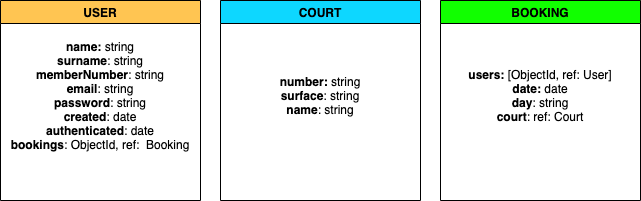
Before: staff/ferran-calvo/skylab-tenis-academy/tennis-doc/data-model.png, a diagram exported from draw.io (ferrancl/skylab-bootcamp-202001). Source tidied: cells renumbered, new cells last; positions are measured from the earlier drawing's top-left corner, leaving out a move shared by most shapes.
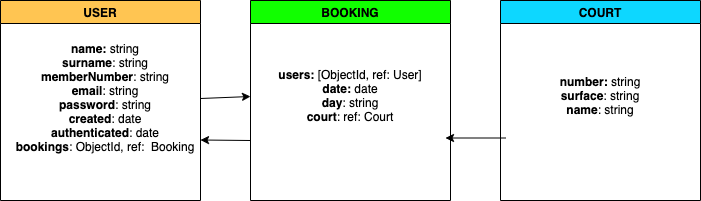
Above is the later version.

What changed in the source:
```diff
@@ -6,19 +6,33 @@
       <mxGeometry width="200" height="200" as="geometry" />
     </mxCell>
     <mxCell id="3" value="&lt;b&gt;name:&lt;/b&gt; string&lt;br&gt;&lt;b&gt;surname&lt;/b&gt;: string&lt;br&gt;&lt;b&gt;memberNumber&lt;/b&gt;: string&lt;br&gt;&lt;b&gt;email&lt;/b&gt;: string&lt;br&gt;&lt;b&gt;password&lt;/b&gt;: string&lt;br&gt;&lt;b&gt;created&lt;/b&gt;: date&lt;br&gt;&lt;b&gt;authenticated&lt;/b&gt;: date&lt;br&gt;&lt;b&gt;bookings&lt;/b&gt;: ObjectId, ref:&amp;nbsp; Booking" style="text;html=1;strokeColor=none;fillColor=none;align=center;verticalAlign=middle;whiteSpace=wrap;rounded=0;" parent="2" vertex="1">
-      <mxGeometry x="5" y="10" width="190" height="170" as="geometry" />
+      <mxGeometry x="10" y="12" width="190" height="170" as="geometry" />
     </mxCell>
     <mxCell id="4" value="COURT" style="swimlane;fillColor=#0DD7FF;" parent="1" vertex="1">
-      <mxGeometry x="220" width="200" height="200" as="geometry" />
+      <mxGeometry x="500" width="200" height="200" as="geometry" />
     </mxCell>
     <mxCell id="5" value="&lt;b&gt;number: &lt;/b&gt;string&lt;br&gt;&lt;b&gt;surface&lt;/b&gt;: string&lt;br&gt;&lt;b&gt;name&lt;/b&gt;: string" style="text;html=1;strokeColor=none;fillColor=none;align=center;verticalAlign=middle;whiteSpace=wrap;rounded=0;" parent="4" vertex="1">
       <mxGeometry x="5" y="10" width="190" height="170" as="geometry" />
     </mxCell>
     <mxCell id="6" value="BOOKING" style="swimlane;fillColor=#11FF00;" parent="1" vertex="1">
-      <mxGeometry x="440" width="200" height="200" as="geometry" />
+      <mxGeometry x="250" width="200" height="200" as="geometry" />
     </mxCell>
     <mxCell id="7" value="&lt;b&gt;users:&amp;nbsp;&lt;/b&gt;[ObjectId, ref: User]&lt;br&gt;&lt;b&gt;date: &lt;/b&gt;date&lt;br&gt;&lt;b&gt;day&lt;/b&gt;: string&lt;br&gt;&lt;b&gt;court&lt;/b&gt;: ref: Court" style="text;html=1;strokeColor=none;fillColor=none;align=center;verticalAlign=middle;whiteSpace=wrap;rounded=0;" parent="6" vertex="1">
       <mxGeometry x="5" y="10" width="190" height="170" as="geometry" />
     </mxCell>
+    <mxCell id="8" style="endArrow=classic;html=1;entryX=1;entryY=0.75;entryDx=0;entryDy=0;" parent="6" edge="1" target="3">
+      <mxGeometry relative="1" as="geometry">
+        <mxPoint y="140" as="sourcePoint" />
+      </mxGeometry>
+    </mxCell>
+    <mxCell id="9" style="endArrow=classic;html=1;exitX=1;exitY=0.5;exitDx=0;exitDy=0;" parent="1" edge="1">
+      <mxGeometry relative="1" as="geometry">
+        <mxPoint x="200" y="98" as="sourcePoint" />
+        <mxPoint x="250" y="96" as="targetPoint" />
+      </mxGeometry>
+    </mxCell>
+    <mxCell id="10" style="endArrow=classic;html=1;exitX=0;exitY=0.75;exitDx=0;exitDy=0;entryX=1;entryY=0.75;entryDx=0;entryDy=0;" parent="1" edge="1" source="5" target="7">
+      <mxGeometry relative="1" as="geometry" />
+    </mxCell>
   </root>
 </mxGraphModel>
```
